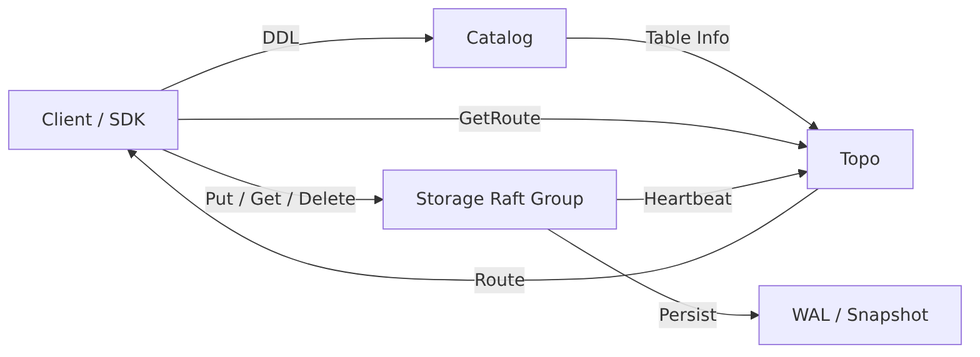
Earlier version of the Mermaid export docs/assets/mermaid/minimal-overview.png (advisedy/adviskv). Its source is kept beside it as docs/assets/mermaid/minimal-overview.mmd. Source of this version:
```mermaid
flowchart LR
    client["Client / SDK"]
    catalog["Catalog"]
    topo["Topo"]
    storage["Storage Raft Group"]
    persist["WAL / Snapshot"]

    client -->|DDL| catalog
    catalog -->|"Table Info"| topo
    client -->|GetRoute| topo
    topo -->|Route| client
    client -->|"Put / Get / Delete"| storage
    storage -->|Heartbeat| topo
    storage -->|Persist| persist
```
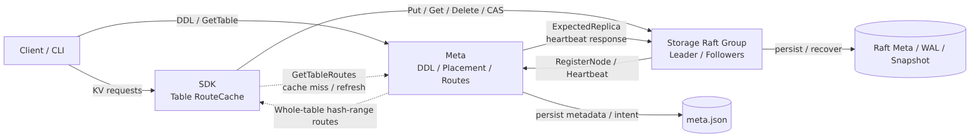
Later version of the same file.

What changed in the source:
```diff
@@ -1,14 +1,17 @@
 flowchart LR
-    client["Client / SDK"]
-    catalog["Catalog"]
-    topo["Topo"]
-    storage["Storage Raft Group"]
-    persist["WAL / Snapshot"]
+    client["Client / CLI"]
+    sdk["SDK<br/>Table RouteCache"]
+    meta["Meta<br/>DDL / Placement / Routes"]
+    storage["Storage Raft Group<br/>Leader / Followers"]
+    meta_files[("meta.json")]
+    storage_files[("Raft Meta / WAL / Snapshot")]
 
-    client -->|DDL| catalog
-    catalog -->|"Table Info"| topo
-    client -->|GetRoute| topo
-    topo -->|Route| client
-    client -->|"Put / Get / Delete"| storage
-    storage -->|Heartbeat| topo
-    storage -->|Persist| persist
+    client -->|"KV requests"| sdk
+    client -->|"DDL / GetTable"| meta
+    sdk -.->|"GetTableRoutes<br/>cache miss / refresh"| meta
+    meta -.->|"Whole-table hash-range routes"| sdk
+    sdk -->|"Put / Get / Delete / CAS"| storage
+    storage -->|"RegisterNode / Heartbeat"| meta
+    meta -->|"ExpectedReplica<br/>heartbeat response"| storage
+    meta -->|"persist metadata / intent"| meta_files
+    storage -->|"persist / recover"| storage_files
```
